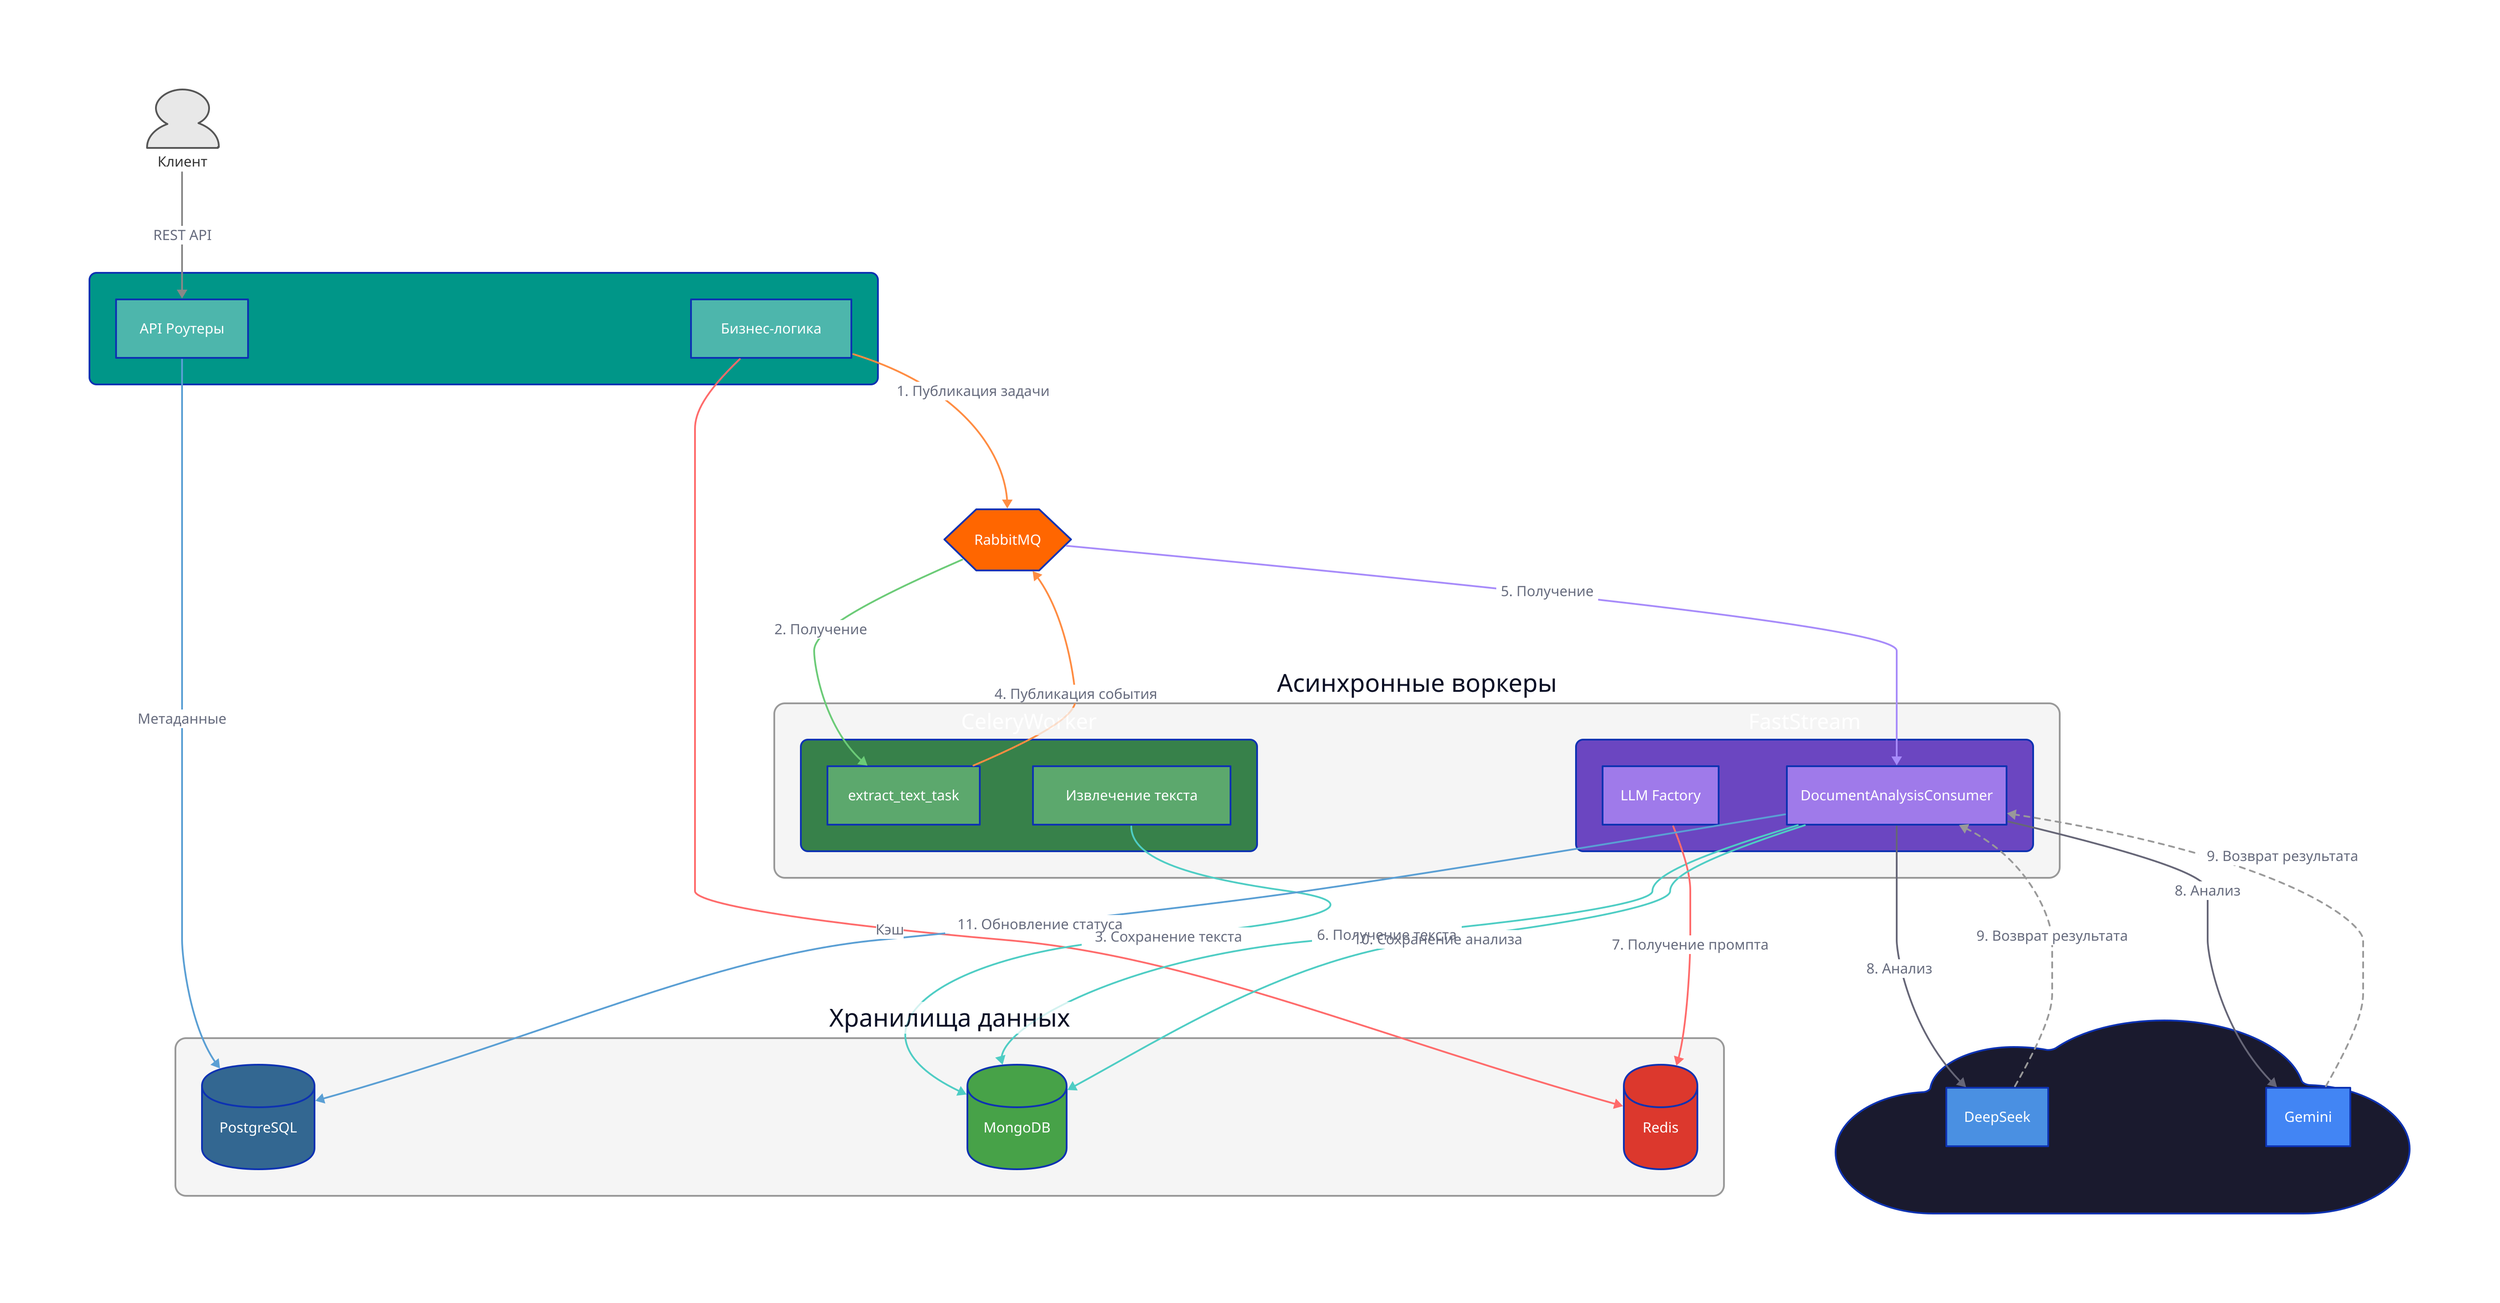
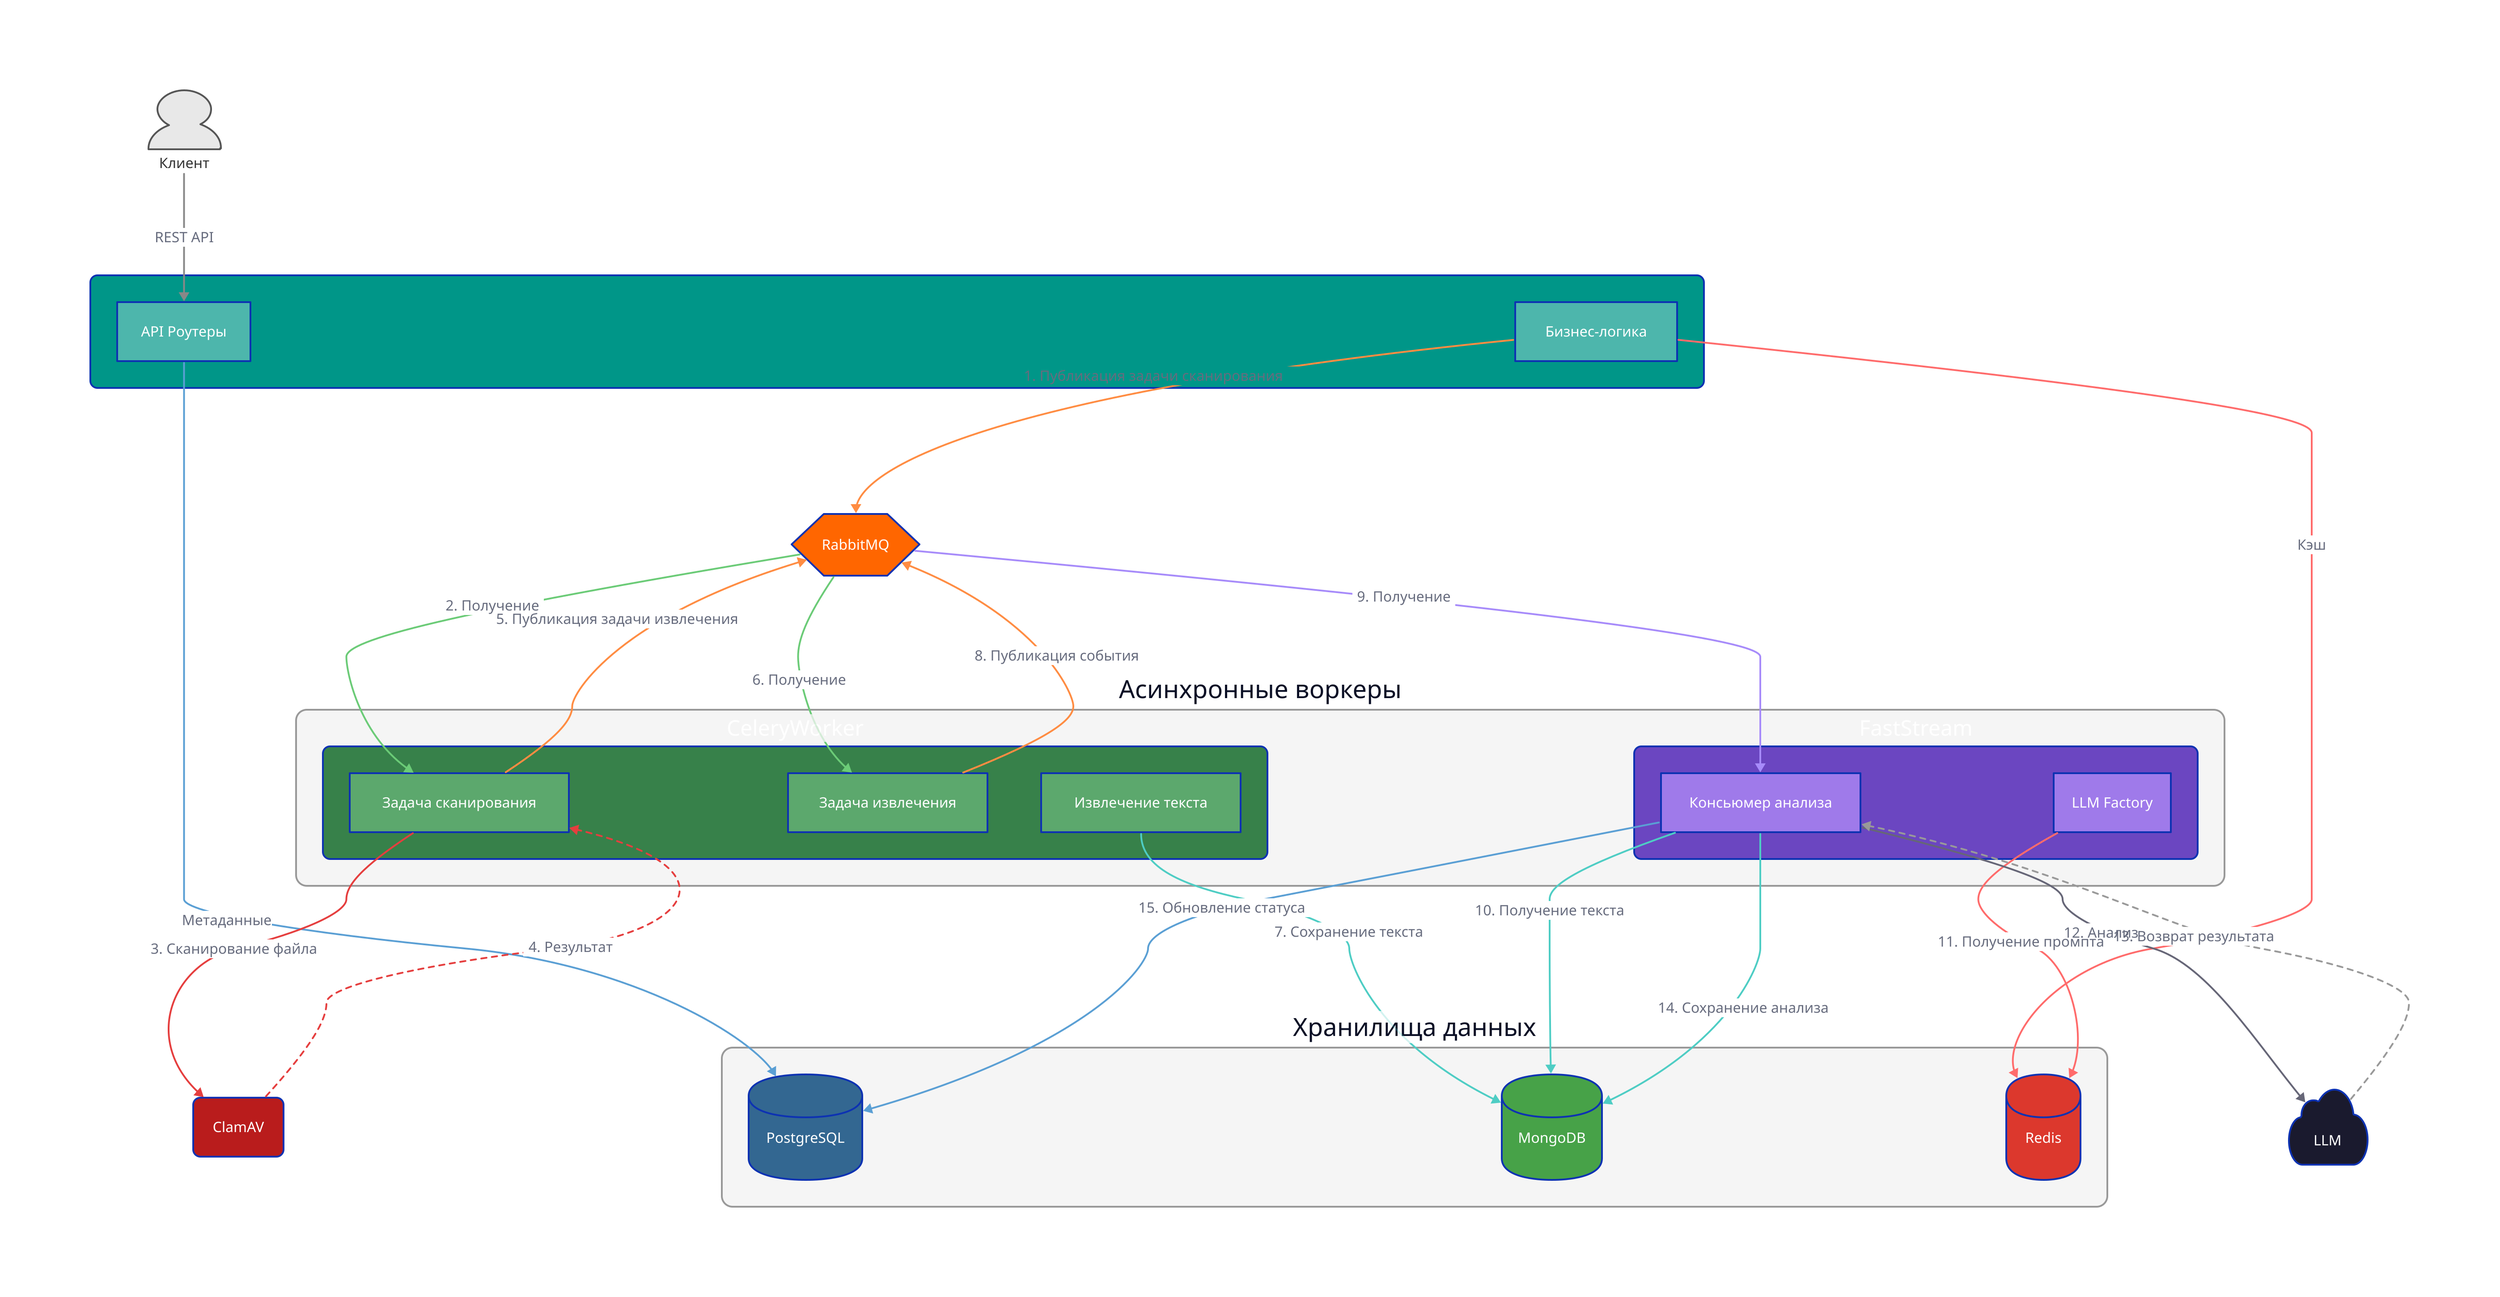
# === Клиент ===
Клиент: {
  shape: person
  style.fill: "#E8E8E8"
  style.stroke: "#555"
  style.font-color: "#333"
  label: "Клиент"
}

# === FastAPI (контейнер) ===
FastAPI: {
  shape: rectangle
  style.fill: "#009688"
  style.font-color: "#fff"
  style.bold: true
  style.border-radius: 8

  API: API Роутеры {
    style.fill: "#4DB6AC"
    style.font-color: "#fff"
  }
  Services: Бизнес-логика {
    style.fill: "#4DB6AC"
    style.font-color: "#fff"
  }
}

# === Асинхронные воркеры (контейнер для Celery + FastStream) ===
AsyncWorkers: {
  style.fill: "#F5F5F5"
  style.stroke: "#999"
  style.border-radius: 12
  style.bold: true
  label: "Асинхронные воркеры"

  CeleryWorker: {
    shape: rectangle
    style.fill: "#37814A"
    style.font-color: "#fff"
    style.bold: true
    style.border-radius: 8

-     Task: extract_text_task {
+     ScanTask: Задача сканирования {
+       style.fill: "#5CA86D"
+       style.font-color: "#fff"
+     }
+     ExtractTask: Задача извлечения {
      style.fill: "#5CA86D"
      style.font-color: "#fff"
    }
    Extractors: Извлечение текста {
      style.fill: "#5CA86D"
      style.font-color: "#fff"
    }
  }

  FastStream: {
    shape: rectangle
    style.fill: "#6B46C1"
    style.font-color: "#fff"
    style.bold: true
    style.border-radius: 8

-     Consumer: DocumentAnalysisConsumer {
+     Consumer: Консьюмер анализа {
      style.fill: "#9F7AEA"
      style.font-color: "#fff"
    }
    Factory: LLM Factory {
      style.fill: "#9F7AEA"
      style.font-color: "#fff"
    }
  }
+ }
+ 
+ # === Антивирус ===
+ ClamAV: {
+   shape: rectangle
+   style.fill: "#B91C1C"
+   style.font-color: "#fff"
+   style.bold: true
+   style.border-radius: 8
+   label: "ClamAV"
}

# === Брокер очередей ===
RabbitMQ: {
  shape: hexagon
  style.fill: "#FF6600"
  style.font-color: "#fff"
  style.bold: true
}

# === Хранилища данных (контейнер) ===
DataStores: {
  style.fill: "#F5F5F5"
  style.stroke: "#999"
  style.border-radius: 12
  style.bold: true
  label: "Хранилища данных"

  PostgreSQL: {
    shape: cylinder
    style.fill: "#336791"
    style.font-color: "#fff"
    style.bold: true
  }
- 
  MongoDB: {
    shape: cylinder
    style.fill: "#47A248"
    style.font-color: "#fff"
    style.bold: true
  }
- 
  Redis: {
    shape: cylinder
    style.fill: "#DC382D"
    style.font-color: "#fff"
    style.bold: true
  }
}

- # === LLM (контейнер) ===
+ # === LLM ===
LLM: {
  shape: cloud
  style.fill: "#1A1A2E"
  style.font-color: "#fff"
  style.bold: true
- 
-   DeepSeek: DeepSeek {
-     style.fill: "#4A90E2"
-     style.font-color: "#fff"
-   }
-   Gemini: Gemini {
-     style.fill: "#4285F4"
-     style.font-color: "#fff"
-   }
+   label: "LLM"
}

# === Связи ===
Клиент -> FastAPI.API: REST API {
  style.stroke: "#888"
  style.bold: true
  style.stroke-width: 2
}

FastAPI.API -> DataStores.PostgreSQL: Метаданные {
  style.stroke: "#5A9FD4"
  style.stroke-width: 2
}

FastAPI.Services -> DataStores.Redis: Кэш {
  style.stroke: "#FF6B6B"
  style.stroke-width: 2
}

- FastAPI.Services -> RabbitMQ: 1. Публикация задачи {
+ FastAPI.Services -> RabbitMQ: 1. Публикация задачи сканирования {
  style.stroke: "#FF8C42"
  style.bold: true
  style.stroke-width: 2
}

- RabbitMQ -> AsyncWorkers.CeleryWorker.Task: 2. Получение {
+ RabbitMQ -> AsyncWorkers.CeleryWorker.ScanTask: 2. Получение {
  style.stroke: "#6BCB77"
  style.bold: true
  style.stroke-width: 2
}

- AsyncWorkers.CeleryWorker.Extractors -> DataStores.MongoDB: 3. Сохранение текста {
+ AsyncWorkers.CeleryWorker.ScanTask -> ClamAV: 3. Сканирование файла {
+   style.stroke: "#E53E3E"
+   style.bold: true
+   style.stroke-width: 2
+ }
+ 
+ ClamAV -> AsyncWorkers.CeleryWorker.ScanTask: 4. Результат {
+   style.stroke: "#E53E3E"
+   style.stroke-dash: 3
+   style.stroke-width: 2
+ }
+ 
+ AsyncWorkers.CeleryWorker.ScanTask -> RabbitMQ: 5. Публикация задачи извлечения {
+   style.stroke: "#FF8C42"
+   style.bold: true
+   style.stroke-width: 2
+ }
+ 
+ RabbitMQ -> AsyncWorkers.CeleryWorker.ExtractTask: 6. Получение {
+   style.stroke: "#6BCB77"
+   style.bold: true
+   style.stroke-width: 2
+ }
+ 
+ AsyncWorkers.CeleryWorker.Extractors -> DataStores.MongoDB: 7. Сохранение текста {
  style.stroke: "#4ECDC4"
  style.bold: true
  style.stroke-width: 2
}

- AsyncWorkers.CeleryWorker.Task -> RabbitMQ: 4. Публикация события {
+ AsyncWorkers.CeleryWorker.ExtractTask -> RabbitMQ: 8. Публикация события {
  style.stroke: "#FF8C42"
  style.bold: true
  style.stroke-width: 2
}

- RabbitMQ -> AsyncWorkers.FastStream.Consumer: 5. Получение {
+ RabbitMQ -> AsyncWorkers.FastStream.Consumer: 9. Получение {
  style.stroke: "#A78BFA"
  style.bold: true
  style.stroke-width: 2
}

- AsyncWorkers.FastStream.Consumer -> DataStores.MongoDB: 6. Получение текста {
+ AsyncWorkers.FastStream.Consumer -> DataStores.MongoDB: 10. Получение текста {
  style.stroke: "#4ECDC4"
  style.stroke-width: 2
}

- AsyncWorkers.FastStream.Factory -> DataStores.Redis: 7. Получение промпта {
+ AsyncWorkers.FastStream.Factory -> DataStores.Redis: 11. Получение промпта {
  style.stroke: "#FF6B6B"
  style.stroke-width: 2
}

- AsyncWorkers.FastStream.Consumer -> LLM.DeepSeek: 8. Анализ {
+ AsyncWorkers.FastStream.Consumer -> LLM: 12. Анализ {
  style.stroke: "#667"
  style.bold: true
  style.stroke-width: 2
}

- AsyncWorkers.FastStream.Consumer -> LLM.Gemini: 8. Анализ {
-   style.stroke: "#667"
-   style.bold: true
-   style.stroke-width: 2
- }
- 
- LLM.DeepSeek -> AsyncWorkers.FastStream.Consumer: 9. Возврат результата {
+ LLM -> AsyncWorkers.FastStream.Consumer: 13. Возврат результата {
  style.stroke: "#999"
  style.stroke-dash: 3
  style.stroke-width: 2
}

- LLM.Gemini -> AsyncWorkers.FastStream.Consumer: 9. Возврат результата {
-   style.stroke: "#999"
-   style.stroke-dash: 3
-   style.stroke-width: 2
- }
- 
- AsyncWorkers.FastStream.Consumer -> DataStores.MongoDB: 10. Сохранение анализа {
+ AsyncWorkers.FastStream.Consumer -> DataStores.MongoDB: 14. Сохранение анализа {
  style.stroke: "#4ECDC4"
  style.bold: true
  style.stroke-width: 2
}

- AsyncWorkers.FastStream.Consumer -> DataStores.PostgreSQL: 11. Обновление статуса {
+ AsyncWorkers.FastStream.Consumer -> DataStores.PostgreSQL: 15. Обновление статуса {
  style.stroke: "#5A9FD4"
  style.bold: true
  style.stroke-width: 2
}